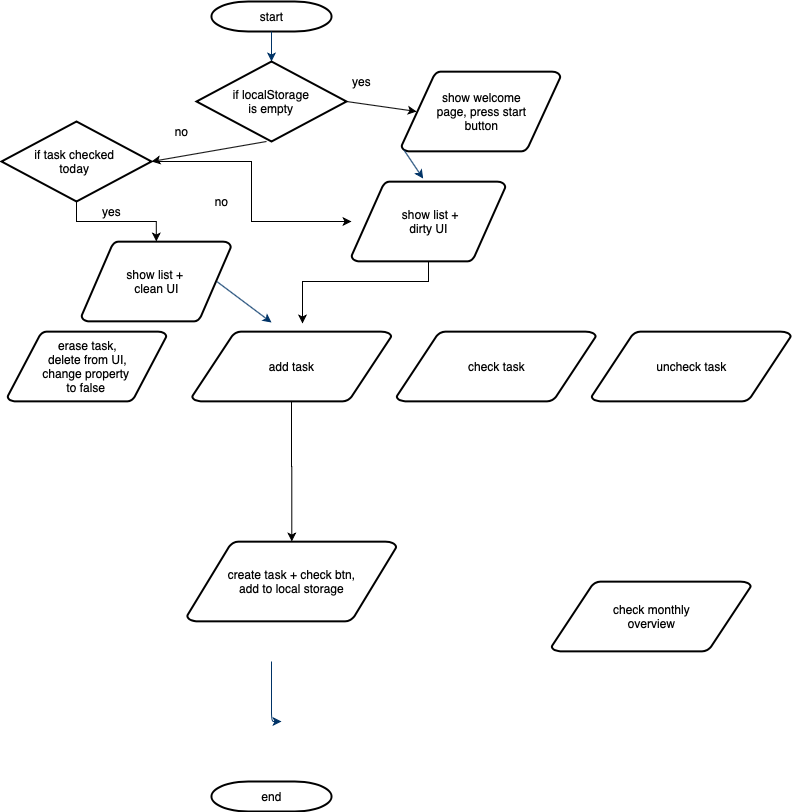
This is Flowchart.png from lovisaelensky/habit-tracker, a draw.io export, as it was before one commit. Source tidied: cells renumbered, new cells last; positions are measured from the earlier drawing's top-left corner, leaving out a move shared by most shapes.
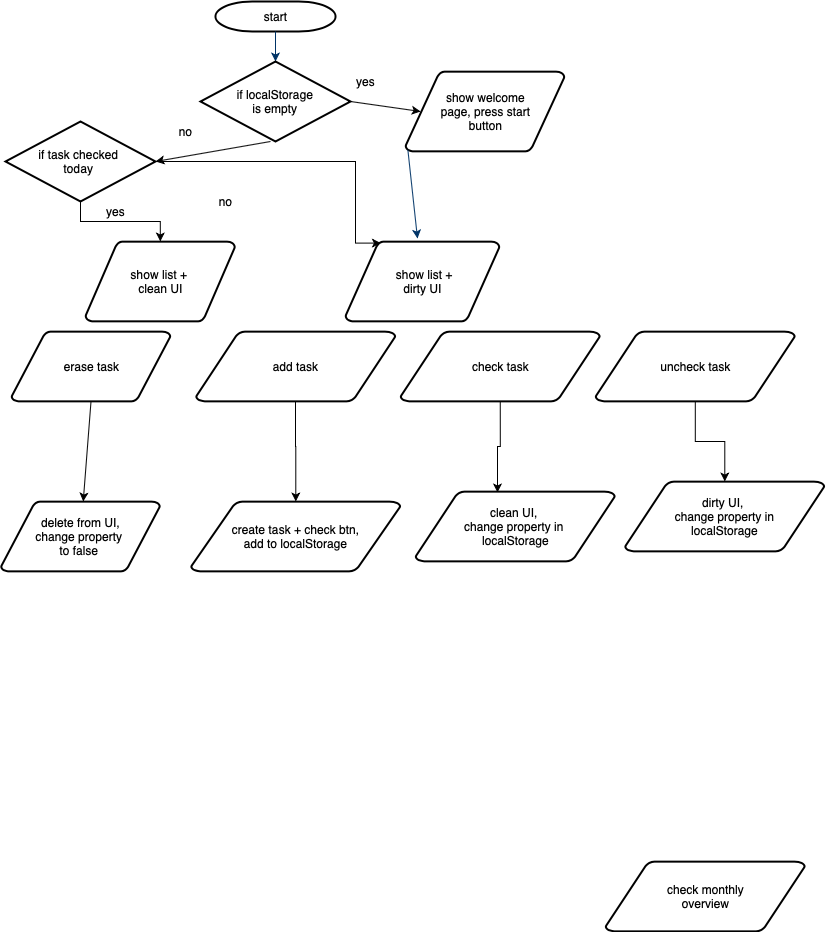
Later version of the same file.

Change to the diagram source:
```diff
@@ -14,27 +14,11 @@
     <mxCell id="5" style="fontStyle=1;strokeColor=#003366;strokeWidth=1;html=1;entryX=0.5;entryY=0;entryDx=0;entryDy=0;" parent="1" edge="1" source="2" target="13">
       <mxGeometry relative="1" as="geometry" />
     </mxCell>
-    <mxCell id="6" style="fontStyle=1;strokeColor=#003366;strokeWidth=1;html=1;exitX=0.015;exitY=0.98;exitDx=0;exitDy=0;exitPerimeter=0;entryX=0.465;entryY=-0.037;entryDx=0;entryDy=0;entryPerimeter=0;" parent="1" edge="1" source="3" target="23">
-      <mxGeometry relative="1" as="geometry" />
+    <mxCell id="6" style="fontStyle=1;strokeColor=#003366;strokeWidth=1;html=1;exitX=0.015;exitY=0.98;exitDx=0;exitDy=0;exitPerimeter=0;" parent="1" edge="1" source="3">
+      <mxGeometry relative="1" as="geometry">
+        <mxPoint x="412" y="237" as="targetPoint" />
+      </mxGeometry>
     </mxCell>
-    <mxCell id="7" style="entryX=0.5;entryY=0;entryPerimeter=0;fontStyle=1;strokeColor=#003366;strokeWidth=1;html=1;exitX=0.905;exitY=0.5;exitDx=0;exitDy=0;exitPerimeter=0;" parent="1" edge="1" source="4">
-      <mxGeometry relative="1" as="geometry">
-        <mxPoint x="270" y="321" as="targetPoint" />
-      </mxGeometry>
-    </mxCell>
-    <mxCell id="8" value="end" style="shape=mxgraph.flowchart.terminator;strokeWidth=2;gradientColor=none;gradientDirection=north;fontStyle=0;html=1;" parent="1" vertex="1">
-      <mxGeometry x="210" y="780" width="120" height="30" as="geometry" />
-    </mxCell>
-    <mxCell id="9" style="edgeStyle=elbowEdgeStyle;elbow=vertical;fontStyle=1;strokeColor=#003366;strokeWidth=1;html=1;" parent="1" edge="1">
-      <mxGeometry x="0.5" y="-1180" as="geometry">
-        <mxPoint x="270" y="660" as="sourcePoint" />
-        <mxPoint x="280" y="720" as="targetPoint" />
-        <Array as="points">
-          <mxPoint x="270" y="720" />
-          <mxPoint x="270" y="700" />
-        </Array>
-      </mxGeometry>
-    </mxCell>
     <mxCell id="10" style="edgeStyle=elbowEdgeStyle;elbow=horizontal;exitX=1;exitY=0.5;exitPerimeter=0;entryX=0.905;entryY=0.5;entryPerimeter=0;fontStyle=1;strokeColor=#003366;strokeWidth=1;html=1;" parent="1" edge="1" target="x">
       <mxGeometry as="geometry">
         <mxPoint x="330.5" y="1059.2" as="sourcePoint" />
@@ -48,8 +32,8 @@
         <mxPoint x="290" y="390" as="sourcePoint" />
       </mxGeometry>
     </mxCell>
-    <mxCell id="12" value="create task + check btn,&lt;br&gt;add to local storage" style="shape=mxgraph.flowchart.data;strokeWidth=2;gradientColor=none;gradientDirection=north;fontStyle=0;html=1;" parent="1" vertex="1">
-      <mxGeometry x="185.5" y="540" width="209.5" height="80" as="geometry" />
+    <mxCell id="12" value="create task + check btn,&lt;br&gt;add to localStorage" style="shape=mxgraph.flowchart.data;strokeWidth=2;gradientColor=none;gradientDirection=north;fontStyle=0;html=1;" parent="1" vertex="1">
+      <mxGeometry x="185.5" y="500" width="209.5" height="70" as="geometry" />
     </mxCell>
     <mxCell id="13" value="if localStorage&lt;br&gt;is empty" style="rhombus;whiteSpace=wrap;html=1;strokeWidth=2;" parent="1" vertex="1">
       <mxGeometry x="195" y="60" width="150" height="80" as="geometry" />
@@ -69,28 +53,25 @@
     <mxCell id="17" value="no" style="text;html=1;align=center;verticalAlign=middle;" parent="1" vertex="1">
       <mxGeometry x="165" y="120" width="30" height="20" as="geometry" />
     </mxCell>
-    <mxCell id="18" value="erase task,&lt;br&gt;delete from UI,&lt;br&gt;change property &lt;br&gt;to false&amp;nbsp;" style="shape=mxgraph.flowchart.data;strokeWidth=2;gradientColor=none;gradientDirection=north;fontStyle=0;html=1;" parent="1" vertex="1">
+    <mxCell id="18" value="erase task" style="shape=mxgraph.flowchart.data;strokeWidth=2;gradientColor=none;gradientDirection=north;fontStyle=0;html=1;" parent="1" vertex="1">
       <mxGeometry x="6" y="330" width="159" height="70" as="geometry" />
     </mxCell>
     <mxCell id="19" style="edgeStyle=orthogonalEdgeStyle;rounded=0;jettySize=auto;html=1;" parent="1" edge="1" source="21" target="4">
       <mxGeometry relative="1" as="geometry" />
     </mxCell>
-    <mxCell id="20" style="edgeStyle=orthogonalEdgeStyle;rounded=0;jettySize=auto;html=1;" parent="1" edge="1" source="21" target="23">
-      <mxGeometry relative="1" as="geometry" />
+    <mxCell id="20" style="edgeStyle=orthogonalEdgeStyle;rounded=0;jettySize=auto;html=1;entryX=0.23;entryY=0.02;entryDx=0;entryDy=0;entryPerimeter=0;" parent="1" edge="1" source="21" target="23">
+      <mxGeometry relative="1" as="geometry">
+        <Array as="points">
+          <mxPoint x="350" y="160" />
+          <mxPoint x="350" y="242" />
+        </Array>
+      </mxGeometry>
     </mxCell>
     <mxCell id="21" value="if task checked &lt;br&gt;today&amp;nbsp;" style="rhombus;whiteSpace=wrap;html=1;strokeWidth=2;" parent="1" vertex="1">
       <mxGeometry y="120" width="150" height="80" as="geometry" />
     </mxCell>
-    <mxCell id="22" style="edgeStyle=orthogonalEdgeStyle;rounded=0;jettySize=auto;html=1;entryX=0.695;entryY=0.025;entryDx=0;entryDy=0;entryPerimeter=0;" parent="1" edge="1" source="23">
-      <mxGeometry relative="1" as="geometry">
-        <mxPoint x="301" y="322" as="targetPoint" />
-        <Array as="points">
-          <mxPoint x="301" y="280" />
-        </Array>
-      </mxGeometry>
-    </mxCell>
     <mxCell id="23" value="&amp;nbsp;show list +&lt;br&gt;dirty UI" style="shape=mxgraph.flowchart.data;strokeWidth=2;gradientColor=none;gradientDirection=north;fontStyle=0;html=1;" parent="1" vertex="1">
-      <mxGeometry x="350" y="180" width="154" height="80" as="geometry" />
+      <mxGeometry x="340" y="240" width="154" height="80" as="geometry" />
     </mxCell>
     <mxCell id="24" value="yes" style="text;html=1;align=center;verticalAlign=middle;" parent="1" vertex="1">
       <mxGeometry x="95" y="200" width="30" height="20" as="geometry" />
@@ -101,14 +82,37 @@
     <mxCell id="26" value="add task" style="shape=mxgraph.flowchart.data;strokeWidth=2;gradientColor=none;gradientDirection=north;fontStyle=0;html=1;" parent="1" vertex="1">
       <mxGeometry x="190.5" y="330" width="199.5" height="70" as="geometry" />
     </mxCell>
+    <mxCell id="30" style="edgeStyle=orthogonalEdgeStyle;rounded=0;jettySize=auto;html=1;exitX=0.5;exitY=1;exitDx=0;exitDy=0;exitPerimeter=0;entryX=0.411;entryY=0.014;entryDx=0;entryDy=0;entryPerimeter=0;" parent="1" edge="1" source="27" target="35">
+      <mxGeometry relative="1" as="geometry" />
+    </mxCell>
     <mxCell id="27" value="check task" style="shape=mxgraph.flowchart.data;strokeWidth=2;gradientColor=none;gradientDirection=north;fontStyle=0;html=1;" parent="1" vertex="1">
       <mxGeometry x="395" y="330" width="199.5" height="70" as="geometry" />
     </mxCell>
+    <mxCell id="31" style="edgeStyle=orthogonalEdgeStyle;rounded=0;jettySize=auto;html=1;" parent="1" edge="1" source="28" target="36">
+      <mxGeometry relative="1" as="geometry" />
+    </mxCell>
     <mxCell id="28" value="uncheck task" style="shape=mxgraph.flowchart.data;strokeWidth=2;gradientColor=none;gradientDirection=north;fontStyle=0;html=1;" parent="1" vertex="1">
       <mxGeometry x="590" y="330" width="199.5" height="70" as="geometry" />
     </mxCell>
     <mxCell id="29" value="check monthly&lt;br&gt;overview" style="shape=mxgraph.flowchart.data;strokeWidth=2;gradientColor=none;gradientDirection=north;fontStyle=0;html=1;" parent="1" vertex="1">
-      <mxGeometry x="550" y="580" width="199.5" height="70" as="geometry" />
+      <mxGeometry x="600" y="860" width="199.5" height="70" as="geometry" />
     </mxCell>
+    <mxCell id="32" style="endArrow=classic;html=1;exitX=0.5;exitY=1;exitDx=0;exitDy=0;exitPerimeter=0;" parent="1" edge="1" source="33">
+      <mxGeometry relative="1" as="geometry">
+        <mxPoint x="80" y="540" as="targetPoint" />
+      </mxGeometry>
+    </mxCell>
+    <mxCell id="33" value="delete from UI,&lt;br&gt;change property &lt;br&gt;to false&amp;nbsp;" style="shape=mxgraph.flowchart.data;strokeWidth=2;gradientColor=none;gradientDirection=north;fontStyle=0;html=1;" parent="1" vertex="1">
+      <mxGeometry x="-4.5" y="500" width="159" height="70" as="geometry" />
+    </mxCell>
+    <mxCell id="34" style="endArrow=classic;html=1;exitX=0.5;exitY=1;exitDx=0;exitDy=0;exitPerimeter=0;" parent="1" edge="1" source="18" target="33">
+      <mxGeometry relative="1" as="geometry" />
+    </mxCell>
+    <mxCell id="35" value="clean UI,&amp;nbsp;&lt;br&gt;change property in&amp;nbsp;&lt;br&gt;localStorage" style="shape=mxgraph.flowchart.data;strokeWidth=2;gradientColor=none;gradientDirection=north;fontStyle=0;html=1;" parent="1" vertex="1">
+      <mxGeometry x="410" y="490" width="199.5" height="70" as="geometry" />
+    </mxCell>
+    <mxCell id="36" value="dirty UI,&amp;nbsp;&lt;br&gt;change property in&lt;br&gt;localStorage" style="shape=mxgraph.flowchart.data;strokeWidth=2;gradientColor=none;gradientDirection=north;fontStyle=0;html=1;" parent="1" vertex="1">
+      <mxGeometry x="619.5" y="480" width="199.5" height="70" as="geometry" />
+    </mxCell>
   </root>
 </mxGraphModel>
```
